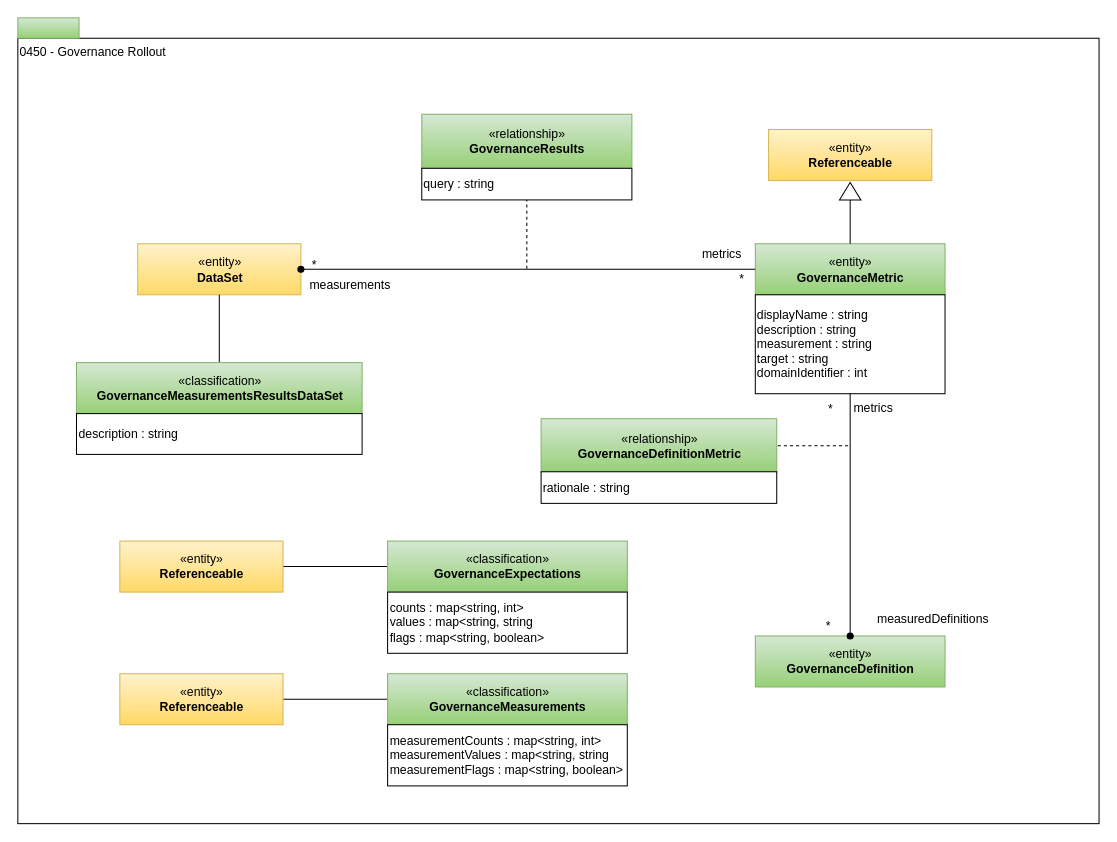
This is page "0450-Governance-Rollout" (17 of 31) of site/docs/types/4/area-4-governance.drawio from odpi/egeria-docs, a draw.io file, before an edit. Source tidied: cells renumbered, new cells numbered last; positions are measured from the earlier drawing's top-left corner, leaving out a move shared by most shapes. Both pictures are drawn from the tidied source at 102%, with x=0, y=0 at pixel (17, 17).
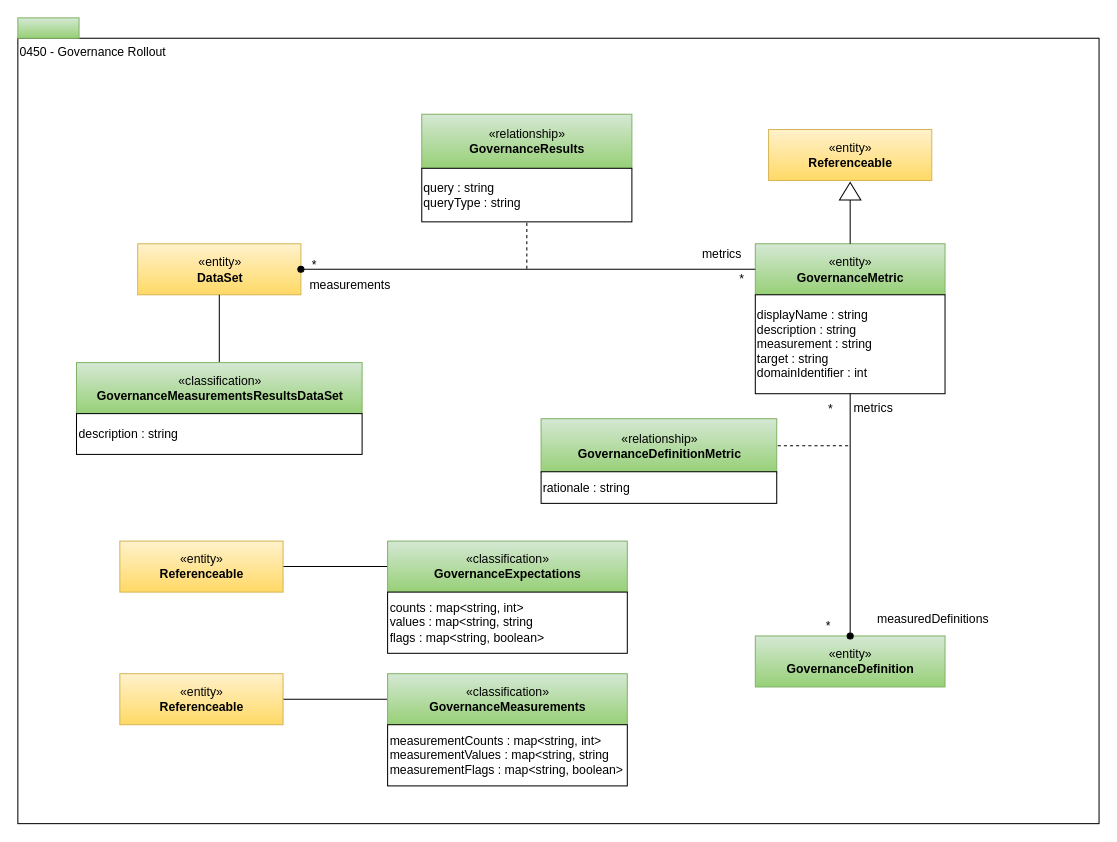
The same diagram, later.

What changed in the source:
```diff
@@
-    <mxCell id="8" value="query : string" style="rounded=0;whiteSpace=wrap;html=1;strokeColor=#000000;gradientColor=#ffffff;align=left;" parent="1" vertex="1">
-      <mxGeometry x="396" y="147.5" width="206" height="31" as="geometry" />
+    <mxCell id="8" value="query : string&lt;div&gt;queryType : string&lt;/div&gt;" style="rounded=0;whiteSpace=wrap;html=1;strokeColor=#000000;gradientColor=#ffffff;align=left;" parent="1" vertex="1">
+      <mxGeometry x="396" y="147.5" width="206" height="52.5" as="geometry" />
     </mxCell>
```
